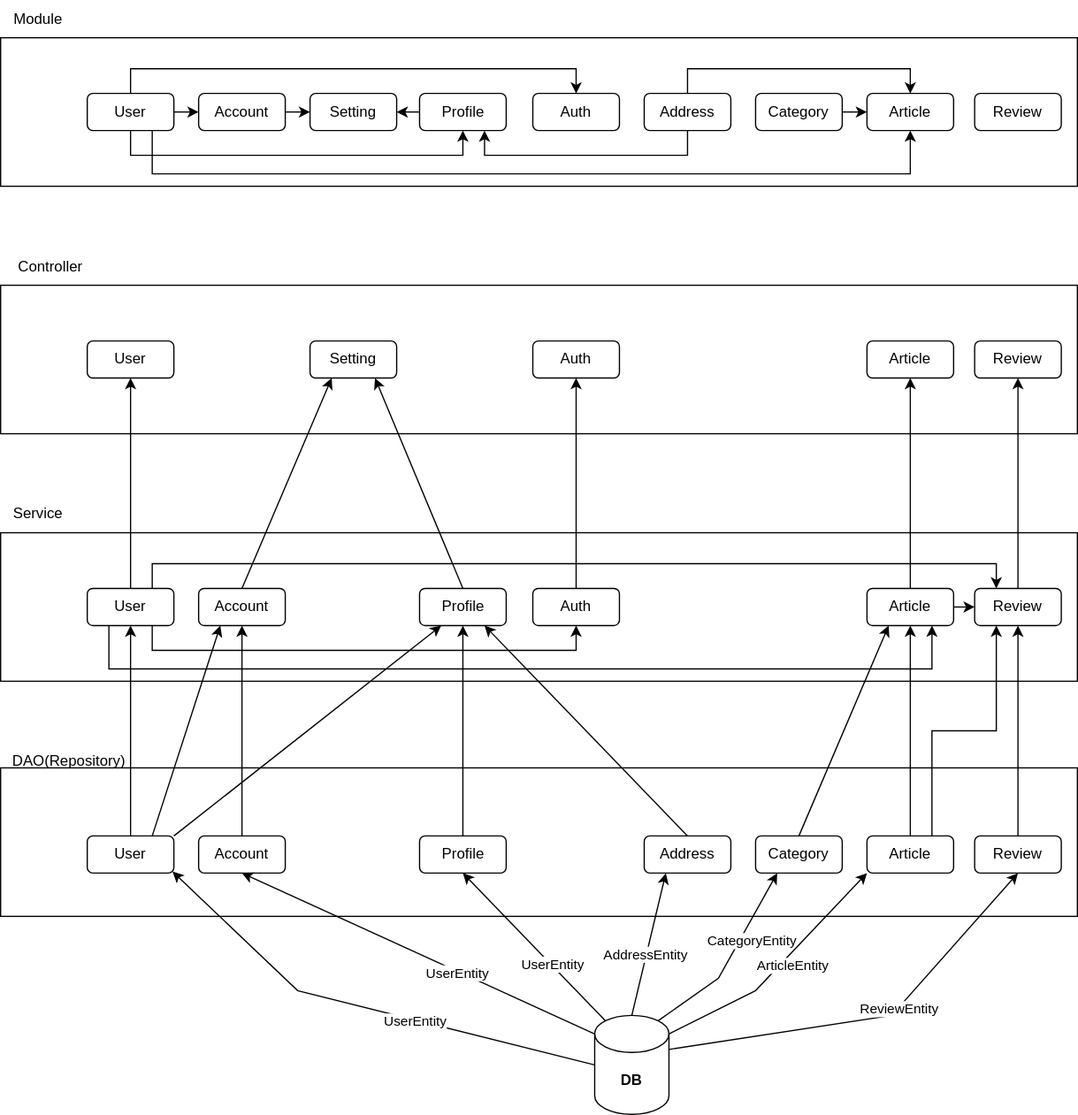
The draw.io diagram docs/uml/design-pattern.drawio.svg in 1Dohyeon/RentEase, before a commit. Source tidied: cells renumbered, new cells last; positions are measured from the earlier drawing's top-left corner, leaving out a move shared by most shapes.
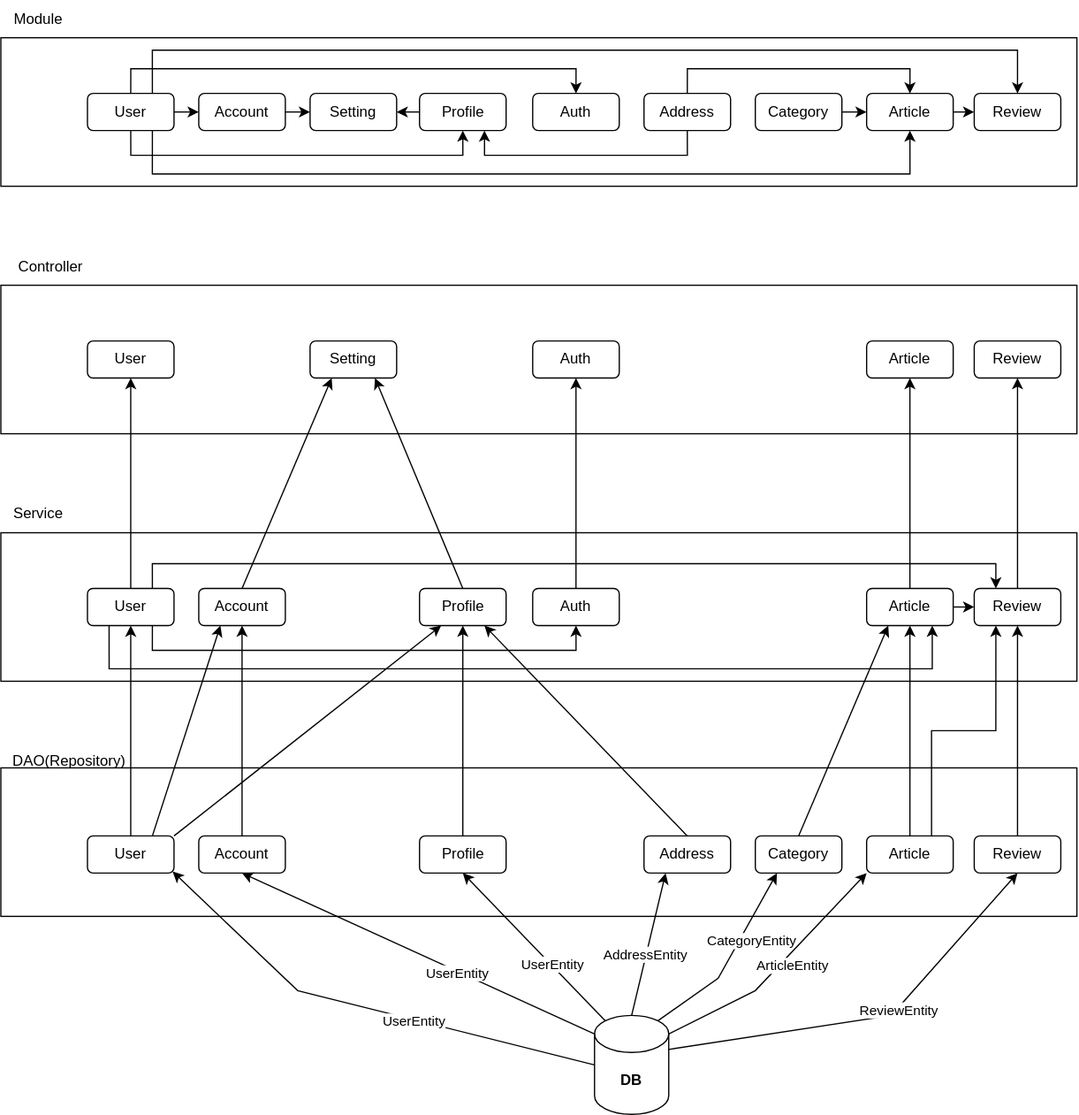
The same diagram one commit later.

Commit message:
ADD: review 모듈 관계 설정

Diff of the diagram source:
```diff
@@ -70,6 +70,14 @@
         </Array>
       </mxGeometry>
     </mxCell>
+    <mxCell id="81" style="edgeStyle=orthogonalEdgeStyle;rounded=0;jettySize=auto;html=1;exitX=0.75;exitY=0;exitDx=0;exitDy=0;entryX=0.5;entryY=0;entryDx=0;entryDy=0;" parent="1" edge="1" source="21" target="73">
+      <mxGeometry relative="1" as="geometry">
+        <Array as="points">
+          <mxPoint x="123" y="40" />
+          <mxPoint x="822" y="40" />
+        </Array>
+      </mxGeometry>
+    </mxCell>
     <mxCell id="21" value="User" style="rounded=1;whiteSpace=wrap;html=1;" parent="1" vertex="1">
       <mxGeometry x="70" y="75" width="70" height="30" as="geometry" />
     </mxCell>
@@ -185,6 +193,9 @@
     <mxCell id="57" value="Category" style="rounded=1;whiteSpace=wrap;html=1;" parent="1" vertex="1">
       <mxGeometry x="610" y="75" width="70" height="30" as="geometry" />
     </mxCell>
+    <mxCell id="82" style="edgeStyle=orthogonalEdgeStyle;rounded=0;jettySize=auto;html=1;exitX=1;exitY=0.5;exitDx=0;exitDy=0;entryX=0;entryY=0.5;entryDx=0;entryDy=0;" parent="1" edge="1" source="58" target="73">
+      <mxGeometry relative="1" as="geometry" />
+    </mxCell>
     <mxCell id="58" value="Article" style="rounded=1;whiteSpace=wrap;html=1;" parent="1" vertex="1">
       <mxGeometry x="700" y="75" width="70" height="30" as="geometry" />
     </mxCell>
```
